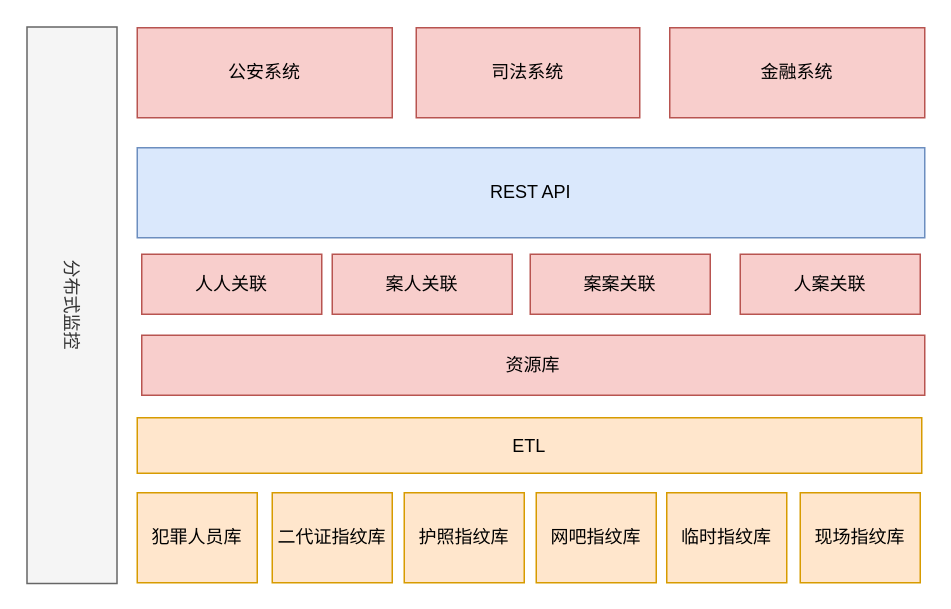
Above: page "Page-1" (1 of 2) of 业务模型.drawio in gray2blue/Sudoku (draw.io), before the change. Source tidied: cells renumbered, new cells numbered last; positions are measured from the earlier drawing's top-left corner, leaving out a move shared by most shapes. Both pictures are drawn from the tidied source at 150%, with x=0, y=0 at pixel (-207, 27).
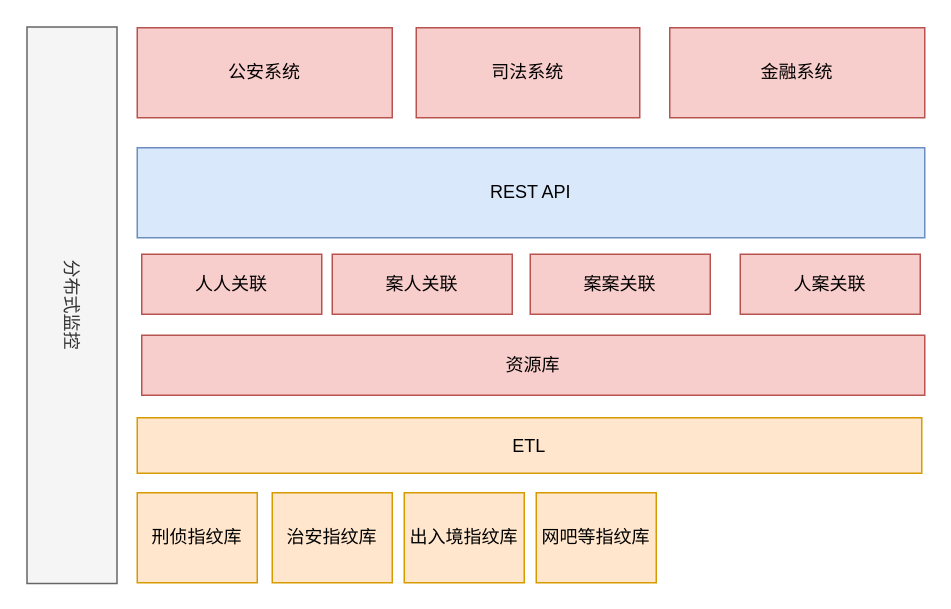
The same diagram, later.

The edit, as a diff of the source:
```diff
@@
 <mxGraphModel>
   <root>
     <mxCell id="0" />
     <mxCell id="1" parent="0" />
     <mxCell id="2" value="公安系统" style="rounded=0;whiteSpace=wrap;html=1;fillColor=#f8cecc;strokeColor=#b85450;" parent="1" vertex="1">
       <mxGeometry x="229" width="170" height="60" as="geometry" />
     </mxCell>
     <mxCell id="3" value="人人关联" style="rounded=0;whiteSpace=wrap;html=1;fillColor=#f8cecc;strokeColor=#b85450;" parent="1" vertex="1">
       <mxGeometry x="232" y="151" width="120" height="40" as="geometry" />
     </mxCell>
     <mxCell id="4" value="资源库" style="rounded=0;whiteSpace=wrap;html=1;fillColor=#f8cecc;strokeColor=#b85450;" parent="1" vertex="1">
       <mxGeometry x="232" y="205" width="522" height="40" as="geometry" />
     </mxCell>
     <mxCell id="5" value="REST API" style="rounded=0;whiteSpace=wrap;html=1;fillColor=#dae8fc;strokeColor=#6c8ebf;" parent="1" vertex="1">
       <mxGeometry x="229" y="80" width="525" height="60" as="geometry" />
     </mxCell>
     <mxCell id="6" value="司法系统" style="rounded=0;whiteSpace=wrap;html=1;fillColor=#f8cecc;strokeColor=#b85450;" parent="1" vertex="1">
       <mxGeometry x="415" width="149" height="60" as="geometry" />
     </mxCell>
     <mxCell id="7" value="分布式监控" style="rounded=0;whiteSpace=wrap;html=1;rotation=90;fillColor=#f5f5f5;strokeColor=#666666;fontColor=#333333;" parent="1" vertex="1">
       <mxGeometry y="155" width="371" height="60" as="geometry" />
     </mxCell>
     <mxCell id="8" value="ETL" style="rounded=0;whiteSpace=wrap;html=1;fillColor=#ffe6cc;strokeColor=#d79b00;" parent="1" vertex="1">
       <mxGeometry x="229" y="260" width="523" height="37" as="geometry" />
     </mxCell>
     <mxCell id="9" value="案人关联" style="rounded=0;whiteSpace=wrap;html=1;fillColor=#f8cecc;strokeColor=#b85450;" parent="1" vertex="1">
       <mxGeometry x="359" y="151" width="120" height="40" as="geometry" />
     </mxCell>
     <mxCell id="10" value="案案关联" style="rounded=0;whiteSpace=wrap;html=1;fillColor=#f8cecc;strokeColor=#b85450;" parent="1" vertex="1">
       <mxGeometry x="491" y="151" width="120" height="40" as="geometry" />
     </mxCell>
     <mxCell id="11" value="金融系统" style="rounded=0;whiteSpace=wrap;html=1;fillColor=#f8cecc;strokeColor=#b85450;" parent="1" vertex="1">
       <mxGeometry x="584" width="170" height="60" as="geometry" />
     </mxCell>
-    <mxCell id="12" value="犯罪人员库" style="rounded=0;whiteSpace=wrap;html=1;fillColor=#ffe6cc;strokeColor=#d79b00;" parent="1" vertex="1">
+    <mxCell id="12" value="刑侦指纹库" style="rounded=0;whiteSpace=wrap;html=1;fillColor=#ffe6cc;strokeColor=#d79b00;" parent="1" vertex="1">
       <mxGeometry x="229" y="310" width="80" height="60" as="geometry" />
     </mxCell>
-    <mxCell id="13" value="二代证指纹库" style="rounded=0;whiteSpace=wrap;html=1;fillColor=#ffe6cc;strokeColor=#d79b00;" parent="1" vertex="1">
+    <mxCell id="13" value="治安指纹库" style="rounded=0;whiteSpace=wrap;html=1;fillColor=#ffe6cc;strokeColor=#d79b00;" parent="1" vertex="1">
       <mxGeometry x="319" y="310" width="80" height="60" as="geometry" />
     </mxCell>
-    <mxCell id="14" value="护照指纹库" style="rounded=0;whiteSpace=wrap;html=1;fillColor=#ffe6cc;strokeColor=#d79b00;" parent="1" vertex="1">
+    <mxCell id="14" value="出入境指纹库" style="rounded=0;whiteSpace=wrap;html=1;fillColor=#ffe6cc;strokeColor=#d79b00;" parent="1" vertex="1">
       <mxGeometry x="407" y="310" width="80" height="60" as="geometry" />
     </mxCell>
-    <mxCell id="15" value="临时指纹库" style="rounded=0;whiteSpace=wrap;html=1;fillColor=#ffe6cc;strokeColor=#d79b00;" parent="1" vertex="1">
-      <mxGeometry x="582" y="310" width="80" height="60" as="geometry" />
-    </mxCell>
-    <mxCell id="16" value="网吧指纹库" style="rounded=0;whiteSpace=wrap;html=1;fillColor=#ffe6cc;strokeColor=#d79b00;" parent="1" vertex="1">
+    <mxCell id="16" value="网吧等指纹库" style="rounded=0;whiteSpace=wrap;html=1;fillColor=#ffe6cc;strokeColor=#d79b00;" parent="1" vertex="1">
       <mxGeometry x="495" y="310" width="80" height="60" as="geometry" />
     </mxCell>
-    <mxCell id="17" value="现场指纹库" style="rounded=0;whiteSpace=wrap;html=1;fillColor=#ffe6cc;strokeColor=#d79b00;" parent="1" vertex="1">
-      <mxGeometry x="671" y="310" width="80" height="60" as="geometry" />
-    </mxCell>
     <mxCell id="18" value="人案关联" style="rounded=0;whiteSpace=wrap;html=1;fillColor=#f8cecc;strokeColor=#b85450;" parent="1" vertex="1">
       <mxGeometry x="631" y="151" width="120" height="40" as="geometry" />
     </mxCell>
   </root>
 </mxGraphModel>
```
